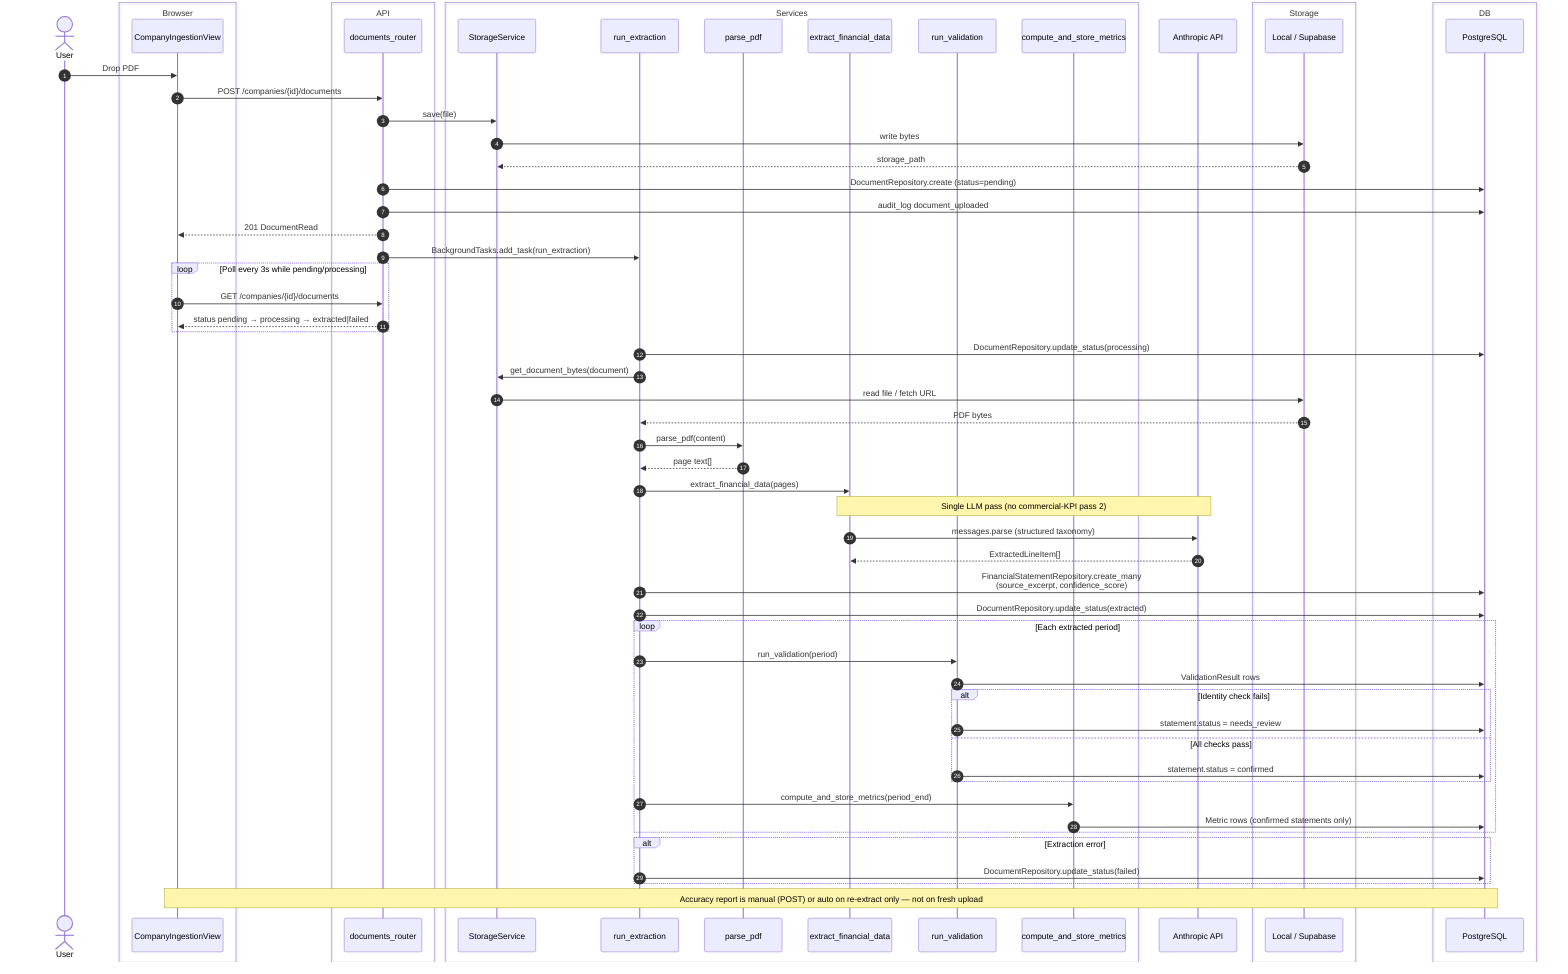
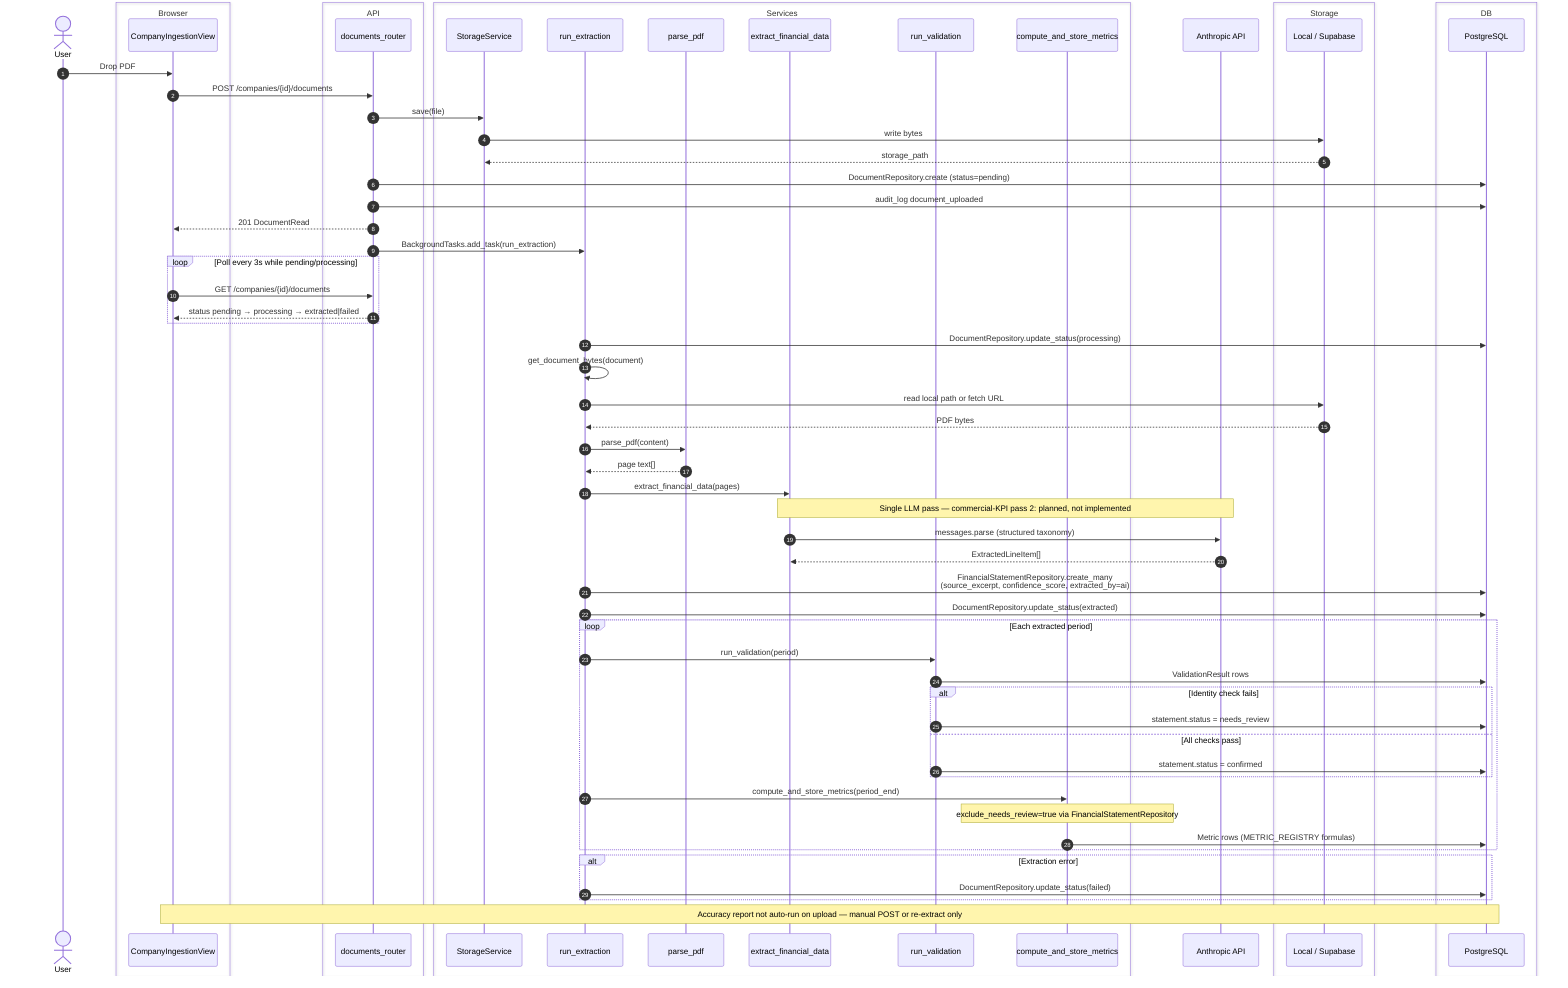
sequenceDiagram
    autonumber
    actor User
    box Browser
        participant Browser as CompanyIngestionView
    end
    box API
        participant API as documents_router
    end
    box Services
        participant StorageService
        participant Pipeline as run_extraction
        participant PdfParser as parse_pdf
        participant LlmExtractor as extract_financial_data
        participant ValidationService as run_validation
        participant MetricsOrch as compute_and_store_metrics
    end
    participant LLM as Anthropic API
    box Storage
        participant Storage as Local / Supabase
    end
    box DB
        participant DB as PostgreSQL
    end

    User->>Browser: Drop PDF
    Browser->>API: POST /companies/{id}/documents
    API->>StorageService: save(file)
    StorageService->>Storage: write bytes
    Storage-->>StorageService: storage_path
    API->>DB: DocumentRepository.create (status=pending)
    API->>DB: audit_log document_uploaded
    API-->>Browser: 201 DocumentRead
    API->>Pipeline: BackgroundTasks.add_task(run_extraction)

    loop Poll every 3s while pending/processing
        Browser->>API: GET /companies/{id}/documents
        API-->>Browser: status pending → processing → extracted|failed
    end

    Pipeline->>DB: DocumentRepository.update_status(processing)
-     Pipeline->>StorageService: get_document_bytes(document)
-     StorageService->>Storage: read file / fetch URL
+     Pipeline->>Pipeline: get_document_bytes(document)
+     Pipeline->>Storage: read local path or fetch URL
    Storage-->>Pipeline: PDF bytes
    Pipeline->>PdfParser: parse_pdf(content)
    PdfParser-->>Pipeline: page text[]
    Pipeline->>LlmExtractor: extract_financial_data(pages)
-     Note over LlmExtractor,LLM: Single LLM pass (no commercial-KPI pass 2)
+     Note over LlmExtractor,LLM: Single LLM pass — commercial-KPI pass 2: planned, not implemented
    LlmExtractor->>LLM: messages.parse (structured taxonomy)
    LLM-->>LlmExtractor: ExtractedLineItem[]
-     Pipeline->>DB: FinancialStatementRepository.create_many<br/>(source_excerpt, confidence_score)
+     Pipeline->>DB: FinancialStatementRepository.create_many<br/>(source_excerpt, confidence_score, extracted_by=ai)
    Pipeline->>DB: DocumentRepository.update_status(extracted)

    loop Each extracted period
        Pipeline->>ValidationService: run_validation(period)
        ValidationService->>DB: ValidationResult rows
        alt Identity check fails
            ValidationService->>DB: statement.status = needs_review
        else All checks pass
            ValidationService->>DB: statement.status = confirmed
        end
        Pipeline->>MetricsOrch: compute_and_store_metrics(period_end)
-         MetricsOrch->>DB: Metric rows (confirmed statements only)
+         Note over MetricsOrch: exclude_needs_review=true via FinancialStatementRepository
+         MetricsOrch->>DB: Metric rows (METRIC_REGISTRY formulas)
    end

    alt Extraction error
        Pipeline->>DB: DocumentRepository.update_status(failed)
    end

-     Note over Browser,DB: Accuracy report is manual (POST) or auto on re-extract only — not on fresh upload
+     Note over Browser,DB: Accuracy report not auto-run on upload — manual POST or re-extract only
